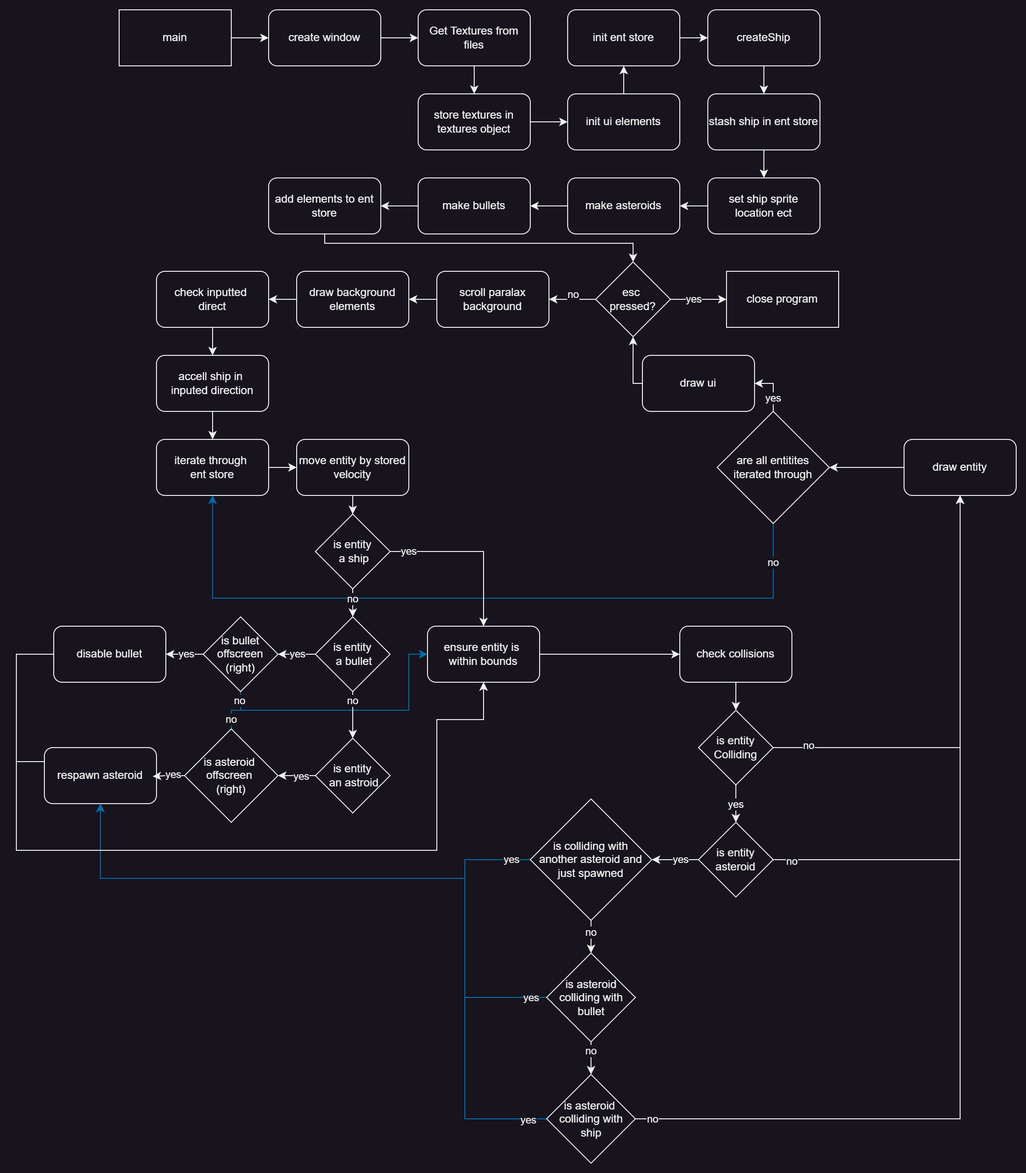
dr1zzleGDShu/miscRepoFixed keeps this draw.io diagram as evidenceFolder/homework4/drawDocStuff/hw4PlannedUpgradesFlowchart.drawio.png. Above is the earlier version. Source tidied: cells renumbered, new cells last; positions are measured from the earlier drawing's top-left corner, leaving out a move shared by most shapes.
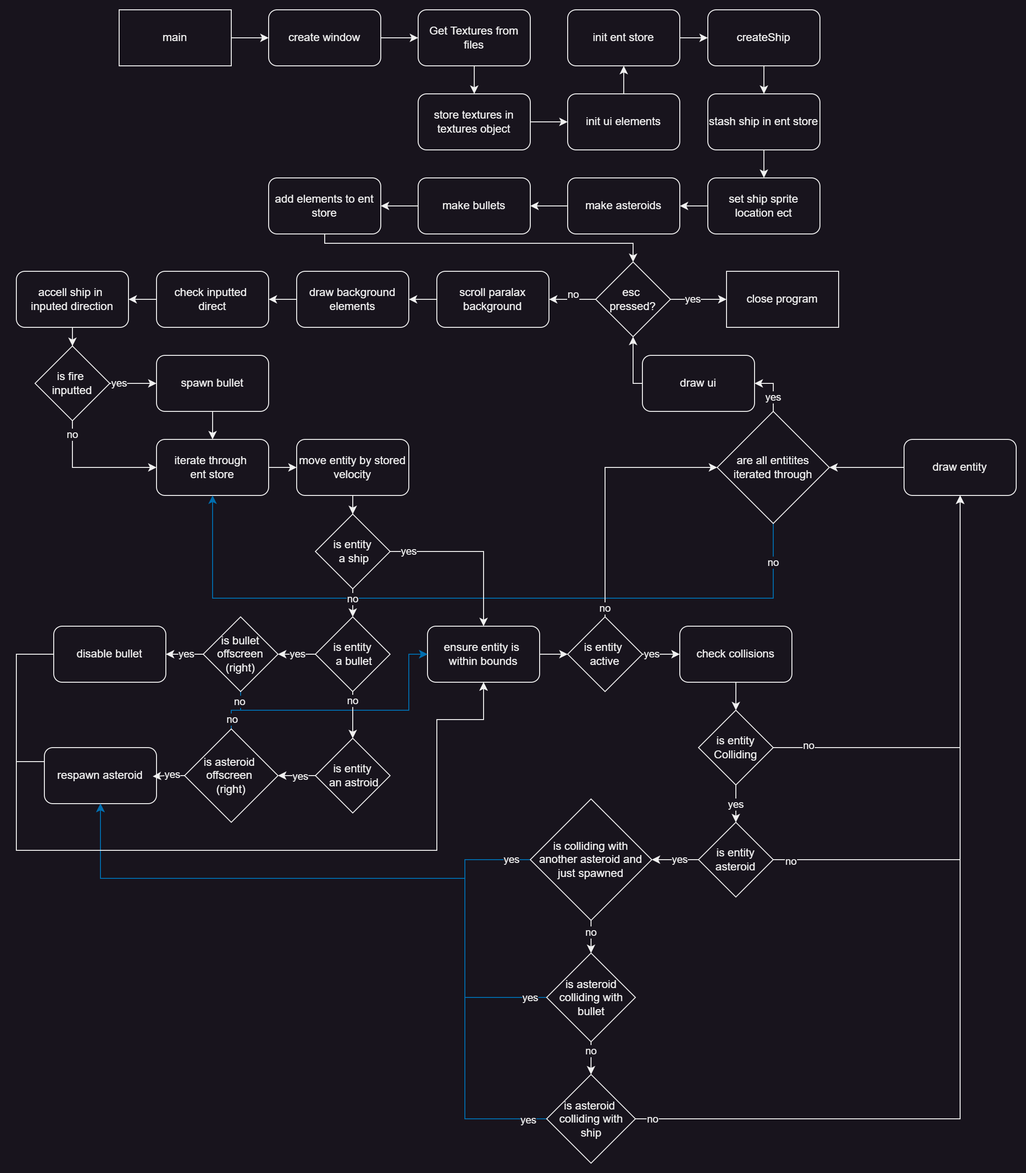
Above is the later version.

The edit, as a diff of the source:
```diff
@@ -68,11 +68,11 @@
     <mxCell id="18" value="&lt;div&gt;check inputted&amp;nbsp;&lt;/div&gt;&lt;div&gt;direct&lt;/div&gt;" style="rounded=1;whiteSpace=wrap;html=1;" parent="1" vertex="1">
       <mxGeometry x="150" y="280" width="120" height="60" as="geometry" />
     </mxCell>
-    <mxCell id="19" style="edgeStyle=orthogonalEdgeStyle;rounded=0;jettySize=auto;html=1;" parent="1" edge="1" source="20" target="31">
-      <mxGeometry relative="1" as="geometry" />
-    </mxCell>
+    <mxCell id="109" style="edgeStyle=orthogonalEdgeStyle;rounded=0;jettySize=auto;html=1;" parent="1" edge="1" source="20" target="115">
+      <mxGeometry relative="1" as="geometry" />
+    </mxCell>
     <mxCell id="20" value="&lt;div&gt;accell ship in&amp;nbsp;&lt;/div&gt;&lt;div&gt;inputed direction&lt;/div&gt;" style="whiteSpace=wrap;html=1;rounded=1;" parent="1" vertex="1">
-      <mxGeometry x="150" y="370" width="120" height="60" as="geometry" />
+      <mxGeometry y="280" width="120" height="60" as="geometry" />
     </mxCell>
     <mxCell id="21" style="edgeStyle=orthogonalEdgeStyle;rounded=0;jettySize=auto;html=1;" parent="1" edge="1" source="22" target="29">
       <mxGeometry relative="1" as="geometry" />
@@ -137,9 +137,14 @@
     <mxCell id="38" value="are all entitites iterated through" style="rhombus;whiteSpace=wrap;html=1;" parent="1" vertex="1">
       <mxGeometry x="750" y="430" width="120" height="120" as="geometry" />
     </mxCell>
-    <mxCell id="39" style="edgeStyle=orthogonalEdgeStyle;rounded=0;jettySize=auto;html=1;entryX=0;entryY=0.5;entryDx=0;entryDy=0;" parent="1" edge="1" source="40" target="58">
+    <mxCell id="39" style="edgeStyle=orthogonalEdgeStyle;rounded=0;jettySize=auto;html=1;entryX=0;entryY=0.5;entryDx=0;entryDy=0;" parent="1" edge="1" source="121" target="58">
       <mxGeometry relative="1" as="geometry" />
     </mxCell>
+    <mxCell id="110" value="yes" style="edgeLabel;html=1;align=center;verticalAlign=middle;" parent="39" vertex="1">
+      <mxGeometry x="-0.51" y="2" relative="1" as="geometry">
+        <mxPoint y="2" as="offset" />
+      </mxGeometry>
+    </mxCell>
     <mxCell id="40" value="&lt;div&gt;ensure entity is&amp;nbsp;&lt;/div&gt;&lt;div&gt;within bounds&lt;/div&gt;" style="rounded=1;whiteSpace=wrap;html=1;" parent="1" vertex="1">
       <mxGeometry x="440" y="660" width="120" height="60" as="geometry" />
     </mxCell>
@@ -418,5 +423,52 @@
         <mxPoint x="1" y="-7" as="offset" />
       </mxGeometry>
     </mxCell>
+    <mxCell id="111" style="edgeStyle=orthogonalEdgeStyle;rounded=0;jettySize=auto;html=1;entryX=0;entryY=0.5;entryDx=0;entryDy=0;" parent="1" edge="1" source="115" target="117">
+      <mxGeometry relative="1" as="geometry" />
+    </mxCell>
+    <mxCell id="112" value="yes" style="edgeLabel;html=1;align=center;verticalAlign=middle;" parent="111" vertex="1">
+      <mxGeometry x="-0.62" y="-1" relative="1" as="geometry">
+        <mxPoint y="-1" as="offset" />
+      </mxGeometry>
+    </mxCell>
+    <mxCell id="113" style="edgeStyle=orthogonalEdgeStyle;rounded=0;jettySize=auto;html=1;entryX=0;entryY=0.5;entryDx=0;entryDy=0;" parent="1" edge="1" source="115" target="31">
+      <mxGeometry relative="1" as="geometry">
+        <Array as="points">
+          <mxPoint x="60" y="490" />
+        </Array>
+      </mxGeometry>
+    </mxCell>
+    <mxCell id="114" value="no" style="edgeLabel;html=1;align=center;verticalAlign=middle;" parent="113" vertex="1">
+      <mxGeometry x="-0.79" y="-3" relative="1" as="geometry">
+        <mxPoint x="3" as="offset" />
+      </mxGeometry>
+    </mxCell>
+    <mxCell id="115" value="is fire&amp;nbsp;&lt;div&gt;inputted&lt;/div&gt;" style="rhombus;whiteSpace=wrap;html=1;" parent="1" vertex="1">
+      <mxGeometry x="20" y="360" width="80" height="80" as="geometry" />
+    </mxCell>
+    <mxCell id="116" style="edgeStyle=orthogonalEdgeStyle;rounded=0;jettySize=auto;html=1;entryX=0.5;entryY=0;entryDx=0;entryDy=0;" parent="1" edge="1" source="117" target="31">
+      <mxGeometry relative="1" as="geometry" />
+    </mxCell>
+    <mxCell id="117" value="spawn bullet" style="whiteSpace=wrap;html=1;rounded=1;" parent="1" vertex="1">
+      <mxGeometry x="150" y="370" width="120" height="60" as="geometry" />
+    </mxCell>
+    <mxCell id="118" style="edgeStyle=orthogonalEdgeStyle;rounded=0;jettySize=auto;html=1;entryX=0;entryY=0.5;entryDx=0;entryDy=0;" parent="1" edge="1" source="40" target="121">
+      <mxGeometry relative="1" as="geometry" />
+    </mxCell>
+    <mxCell id="119" style="edgeStyle=orthogonalEdgeStyle;rounded=0;jettySize=auto;html=1;entryX=0;entryY=0.5;entryDx=0;entryDy=0;" parent="1" edge="1" source="121" target="38">
+      <mxGeometry relative="1" as="geometry">
+        <Array as="points">
+          <mxPoint x="630" y="490" />
+        </Array>
+      </mxGeometry>
+    </mxCell>
+    <mxCell id="120" value="no" style="edgeLabel;html=1;align=center;verticalAlign=middle;" parent="119" vertex="1">
+      <mxGeometry x="-0.6" y="5" relative="1" as="geometry">
+        <mxPoint x="5" y="47" as="offset" />
+      </mxGeometry>
+    </mxCell>
+    <mxCell id="121" value="is entity&amp;nbsp;&lt;div&gt;active&lt;/div&gt;" style="rhombus;whiteSpace=wrap;html=1;rounded=0;" parent="1" vertex="1">
+      <mxGeometry x="590" y="650" width="80" height="80" as="geometry" />
+    </mxCell>
   </root>
 </mxGraphModel>
```
